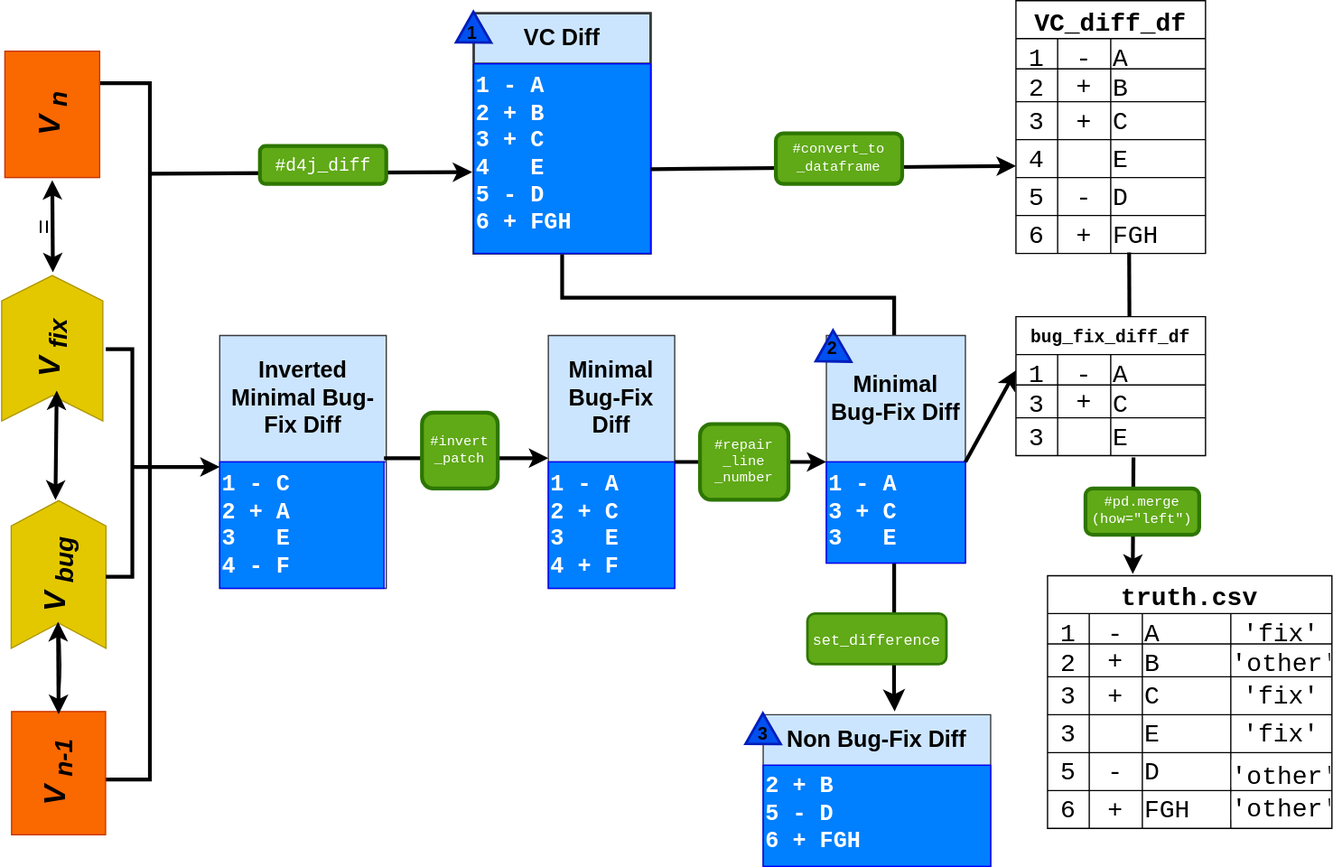
Thomsch/untangling-tools-benchmark keeps this draw.io diagram as diagrams/diffs.drawio.svg. Above is the earlier version. Source tidied: cells renumbered, new cells last; positions are measured from the earlier drawing's top-left corner, leaving out a move shared by most shapes.
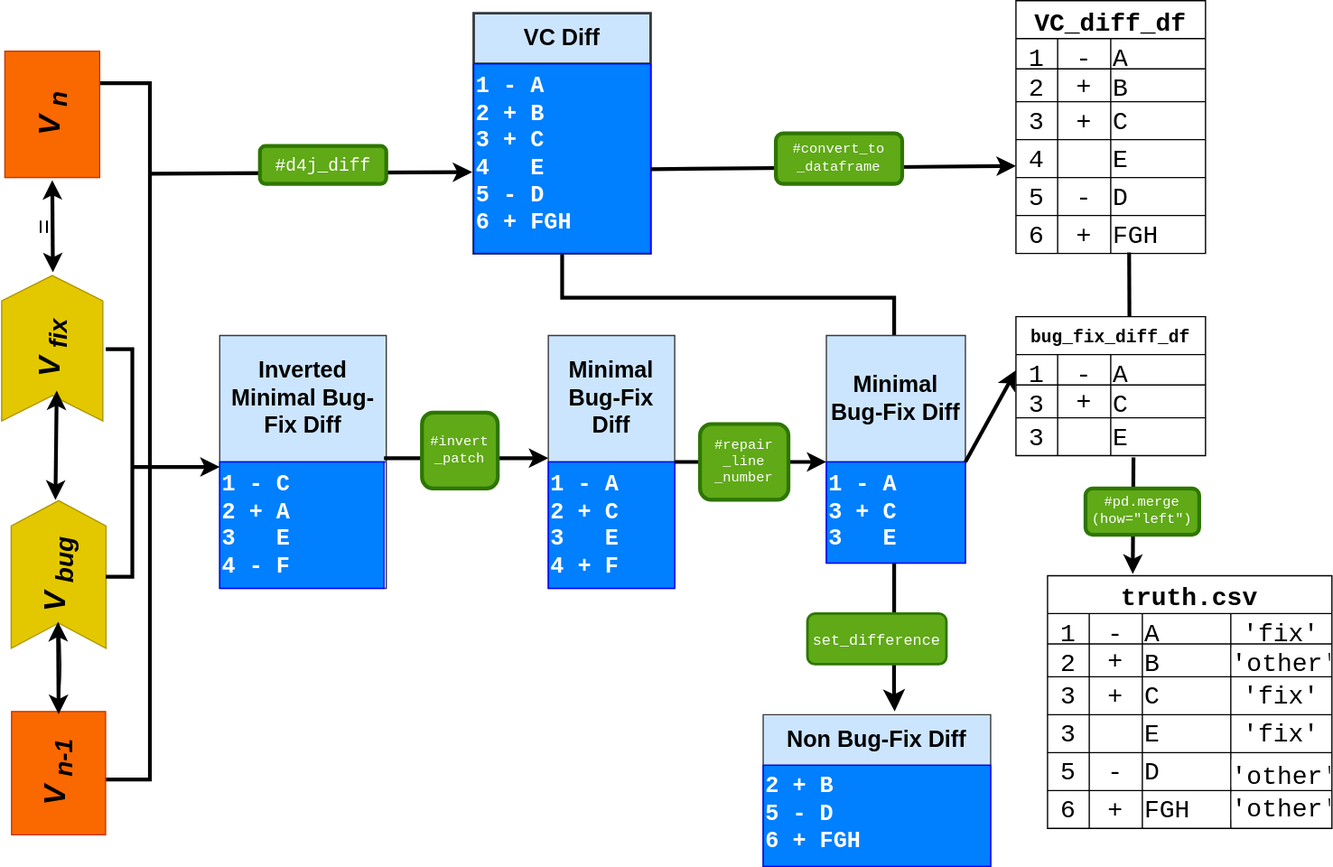
The same file after the commit.

Diff of the diagram source:
```diff
@@ -51,15 +51,9 @@
     <mxCell id="13" value="&lt;font color=&quot;#000000&quot; style=&quot;font-size: 18px;&quot;&gt;&amp;nbsp; VC Diff&lt;/font&gt;" style="swimlane;whiteSpace=wrap;html=1;fontFamily=Helvetica;fontSize=14;startSize=40;strokeWidth=2;fillColor=#cce5ff;strokeColor=#36393d;" parent="1" vertex="1">
       <mxGeometry x="550.9" y="10" width="140" height="190" as="geometry" />
     </mxCell>
-    <mxCell id="14" style="triangle;whiteSpace=wrap;html=1;labelBackgroundColor=none;strokeColor=#001DBC;strokeWidth=2;fontFamily=Courier New;fontSize=11;fillColor=#0050ef;rotation=-210;textDirection=rtl;fontColor=#ffffff;" parent="13" vertex="1">
-      <mxGeometry x="-15.5" y="2.9" width="23.9" height="28.2" as="geometry" />
-    </mxCell>
     <mxCell id="15" value="&lt;div style=&quot;border-color: rgb(0, 0, 0); color: rgb(255, 255, 255); font-family: Helvetica; font-style: normal; font-variant-ligatures: normal; font-variant-caps: normal; font-weight: 400; letter-spacing: normal; orphans: 2; text-align: left; text-indent: 0px; text-transform: none; widows: 2; word-spacing: 0px; -webkit-text-stroke-width: 0px; text-decoration-thickness: initial; text-decoration-style: initial; text-decoration-color: initial;&quot;&gt;&lt;font style=&quot;font-size: 18px;&quot;&gt;&lt;b style=&quot;&quot;&gt;&lt;font style=&quot;&quot; face=&quot;Courier New&quot;&gt;1 - A&lt;/font&gt;&lt;/b&gt;&lt;br&gt;&lt;/font&gt;&lt;/div&gt;&lt;div style=&quot;border-color: rgb(0, 0, 0); color: rgb(255, 255, 255); font-family: Helvetica; font-style: normal; font-variant-ligatures: normal; font-variant-caps: normal; font-weight: 400; letter-spacing: normal; orphans: 2; text-align: left; text-indent: 0px; text-transform: none; widows: 2; word-spacing: 0px; -webkit-text-stroke-width: 0px; text-decoration-thickness: initial; text-decoration-style: initial; text-decoration-color: initial;&quot;&gt;&lt;span style=&quot;border-color: rgb(0, 0, 0);&quot;&gt;&lt;b style=&quot;border-color: rgb(0, 0, 0);&quot;&gt;&lt;font style=&quot;border-color: rgb(0, 0, 0); font-size: 18px;&quot; face=&quot;Courier New&quot;&gt;2 + B&lt;/font&gt;&lt;/b&gt;&lt;/span&gt;&lt;/div&gt;&lt;div style=&quot;border-color: rgb(0, 0, 0); color: rgb(255, 255, 255); font-family: Helvetica; font-style: normal; font-variant-ligatures: normal; font-variant-caps: normal; font-weight: 400; letter-spacing: normal; orphans: 2; text-align: left; text-indent: 0px; text-transform: none; widows: 2; word-spacing: 0px; -webkit-text-stroke-width: 0px; text-decoration-thickness: initial; text-decoration-style: initial; text-decoration-color: initial;&quot;&gt;&lt;span style=&quot;border-color: rgb(0, 0, 0);&quot;&gt;&lt;b style=&quot;border-color: rgb(0, 0, 0);&quot;&gt;&lt;font style=&quot;border-color: rgb(0, 0, 0); font-size: 18px;&quot; face=&quot;Courier New&quot;&gt;3 + C&lt;/font&gt;&lt;/b&gt;&lt;/span&gt;&lt;/div&gt;&lt;div style=&quot;border-color: rgb(0, 0, 0); color: rgb(255, 255, 255); font-family: Helvetica; font-style: normal; font-variant-ligatures: normal; font-variant-caps: normal; font-weight: 400; letter-spacing: normal; orphans: 2; text-align: left; text-indent: 0px; text-transform: none; widows: 2; word-spacing: 0px; -webkit-text-stroke-width: 0px; text-decoration-thickness: initial; text-decoration-style: initial; text-decoration-color: initial;&quot;&gt;&lt;span style=&quot;border-color: rgb(0, 0, 0);&quot;&gt;&lt;b style=&quot;border-color: rgb(0, 0, 0);&quot;&gt;&lt;font style=&quot;border-color: rgb(0, 0, 0); font-size: 18px;&quot; face=&quot;Courier New&quot;&gt;4&amp;nbsp; &amp;nbsp;E&lt;/font&gt;&lt;/b&gt;&lt;/span&gt;&lt;/div&gt;&lt;div style=&quot;border-color: rgb(0, 0, 0); color: rgb(255, 255, 255); font-family: Helvetica; font-style: normal; font-variant-ligatures: normal; font-variant-caps: normal; font-weight: 400; letter-spacing: normal; orphans: 2; text-align: left; text-indent: 0px; text-transform: none; widows: 2; word-spacing: 0px; -webkit-text-stroke-width: 0px; text-decoration-thickness: initial; text-decoration-style: initial; text-decoration-color: initial;&quot;&gt;&lt;span style=&quot;border-color: rgb(0, 0, 0);&quot;&gt;&lt;b style=&quot;border-color: rgb(0, 0, 0);&quot;&gt;&lt;font style=&quot;border-color: rgb(0, 0, 0); font-size: 18px;&quot; face=&quot;Courier New&quot;&gt;5 - D&lt;/font&gt;&lt;/b&gt;&lt;/span&gt;&lt;/div&gt;&lt;div style=&quot;border-color: rgb(0, 0, 0); color: rgb(255, 255, 255); font-family: Helvetica; font-style: normal; font-variant-ligatures: normal; font-variant-caps: normal; font-weight: 400; letter-spacing: normal; orphans: 2; text-align: left; text-indent: 0px; text-transform: none; widows: 2; word-spacing: 0px; -webkit-text-stroke-width: 0px; text-decoration-thickness: initial; text-decoration-style: initial; text-decoration-color: initial;&quot;&gt;&lt;span style=&quot;border-color: rgb(0, 0, 0);&quot;&gt;&lt;b style=&quot;border-color: rgb(0, 0, 0);&quot;&gt;&lt;font style=&quot;border-color: rgb(0, 0, 0); font-size: 18px;&quot; face=&quot;Courier New&quot;&gt;6 + FGH&lt;/font&gt;&lt;/b&gt;&lt;/span&gt;&lt;/div&gt;" style="text;whiteSpace=wrap;html=1;fontSize=12;fontFamily=Courier New;fillColor=#007FFF;fontColor=#ffffff;strokeColor=#0000FF;strokeWidth=1;" parent="13" vertex="1">
       <mxGeometry y="40" width="140" height="150" as="geometry" />
     </mxCell>
-    <mxCell id="16" value="&lt;b&gt;1&lt;/b&gt;" style="text;html=1;strokeColor=none;fillColor=none;align=center;verticalAlign=middle;whiteSpace=wrap;rounded=0;labelBackgroundColor=none;strokeWidth=2;fontFamily=Helvetica;fontSize=14;" parent="13" vertex="1">
-      <mxGeometry x="-30.9" y="1.1" width="60" height="30" as="geometry" />
-    </mxCell>
     <mxCell id="17" value="&lt;font color=&quot;#000000&quot; style=&quot;font-size: 18px;&quot;&gt;Inverted Minimal Bug-Fix Diff&lt;/font&gt;" style="swimlane;whiteSpace=wrap;html=1;fontFamily=Helvetica;fontSize=14;startSize=100;fillColor=#cce5ff;strokeColor=#36393d;" parent="1" vertex="1">
       <mxGeometry x="350" y="265" width="131.8" height="200" as="geometry" />
     </mxCell>
@@ -133,12 +127,6 @@
     <mxCell id="36" value="&lt;div style=&quot;border-color: rgb(0, 0, 0); color: rgb(255, 255, 255); font-family: Helvetica; font-style: normal; font-variant-ligatures: normal; font-variant-caps: normal; font-weight: 400; letter-spacing: normal; orphans: 2; text-align: left; text-indent: 0px; text-transform: none; widows: 2; word-spacing: 0px; -webkit-text-stroke-width: 0px; text-decoration-thickness: initial; text-decoration-style: initial; text-decoration-color: initial;&quot;&gt;&lt;b style=&quot;background-color: initial;&quot;&gt;&lt;font style=&quot;font-size: 18px;&quot; face=&quot;Courier New&quot;&gt;2 + B&lt;/font&gt;&lt;/b&gt;&lt;/div&gt;&lt;div style=&quot;border-color: rgb(0, 0, 0); color: rgb(255, 255, 255); font-family: Helvetica; font-style: normal; font-variant-ligatures: normal; font-variant-caps: normal; font-weight: 400; letter-spacing: normal; orphans: 2; text-align: left; text-indent: 0px; text-transform: none; widows: 2; word-spacing: 0px; -webkit-text-stroke-width: 0px; text-decoration-thickness: initial; text-decoration-style: initial; text-decoration-color: initial;&quot;&gt;&lt;span style=&quot;border-color: rgb(0, 0, 0);&quot;&gt;&lt;b style=&quot;border-color: rgb(0, 0, 0);&quot;&gt;&lt;font style=&quot;border-color: rgb(0, 0, 0); font-size: 18px;&quot; face=&quot;Courier New&quot;&gt;5 - D&lt;/font&gt;&lt;/b&gt;&lt;/span&gt;&lt;/div&gt;&lt;div style=&quot;border-color: rgb(0, 0, 0); color: rgb(255, 255, 255); font-family: Helvetica; font-style: normal; font-variant-ligatures: normal; font-variant-caps: normal; font-weight: 400; letter-spacing: normal; orphans: 2; text-align: left; text-indent: 0px; text-transform: none; widows: 2; word-spacing: 0px; -webkit-text-stroke-width: 0px; text-decoration-thickness: initial; text-decoration-style: initial; text-decoration-color: initial;&quot;&gt;&lt;span style=&quot;border-color: rgb(0, 0, 0);&quot;&gt;&lt;b style=&quot;border-color: rgb(0, 0, 0);&quot;&gt;&lt;font style=&quot;border-color: rgb(0, 0, 0); font-size: 18px;&quot; face=&quot;Courier New&quot;&gt;6 + FGH&lt;/font&gt;&lt;/b&gt;&lt;/span&gt;&lt;/div&gt;" style="text;whiteSpace=wrap;html=1;fontSize=12;fontFamily=Courier New;fillColor=#007FFF;fontColor=#ffffff;strokeColor=#0000FF;strokeWidth=1;" parent="35" vertex="1">
       <mxGeometry y="40" width="180" height="80" as="geometry" />
     </mxCell>
-    <mxCell id="37" style="triangle;whiteSpace=wrap;html=1;labelBackgroundColor=none;strokeColor=#001DBC;strokeWidth=2;fontFamily=Courier New;fontSize=11;fillColor=#0050ef;rotation=-210;textDirection=rtl;fontColor=#ffffff;" parent="35" vertex="1">
-      <mxGeometry x="-15.5" y="2.9" width="23.9" height="28.2" as="geometry" />
-    </mxCell>
-    <mxCell id="38" value="&lt;b&gt;3&lt;/b&gt;" style="text;html=1;strokeColor=none;fillColor=none;align=center;verticalAlign=middle;whiteSpace=wrap;rounded=0;labelBackgroundColor=none;strokeWidth=2;fontFamily=Helvetica;fontSize=14;" parent="35" vertex="1">
-      <mxGeometry x="-20" width="40" height="30" as="geometry" />
-    </mxCell>
     <mxCell id="39" style="endArrow=classic;startArrow=classic;html=1;strokeWidth=3;fontFamily=Helvetica;fontSize=14;rounded=0;strokeColor=#000000;" parent="1" edge="1">
       <mxGeometry relative="1" as="geometry">
         <mxPoint x="218" y="215" as="sourcePoint" />
@@ -157,12 +145,6 @@
         <mxPoint x="222" y="491.6" as="targetPoint" />
       </mxGeometry>
     </mxCell>
-    <mxCell id="42" style="triangle;whiteSpace=wrap;html=1;labelBackgroundColor=none;strokeColor=#001DBC;strokeWidth=2;fontFamily=Courier New;fontSize=11;fillColor=#0050ef;rotation=-210;textDirection=rtl;fontColor=#ffffff;" parent="1" vertex="1">
-      <mxGeometry x="820" y="265" width="24.1" height="28.6" as="geometry" />
-    </mxCell>
-    <mxCell id="43" value="&lt;b&gt;2&lt;/b&gt;" style="text;html=1;strokeColor=none;fillColor=none;align=center;verticalAlign=middle;whiteSpace=wrap;rounded=0;labelBackgroundColor=none;strokeWidth=2;fontFamily=Helvetica;fontSize=14;" parent="1" vertex="1">
-      <mxGeometry x="820" y="267.2" width="30" height="15.7" as="geometry" />
-    </mxCell>
     <mxCell id="44" style="endArrow=classic;html=1;strokeWidth=3;fontFamily=Courier New;fontSize=11;exitX=1;exitY=0;exitDx=0;exitDy=0;entryX=0;entryY=0.5;entryDx=0;entryDy=0;strokeColor=#000000;" parent="1" edge="1" source="22">
       <mxGeometry relative="1" as="geometry">
         <mxPoint x="980" y="292.5" as="targetPoint" />
```
